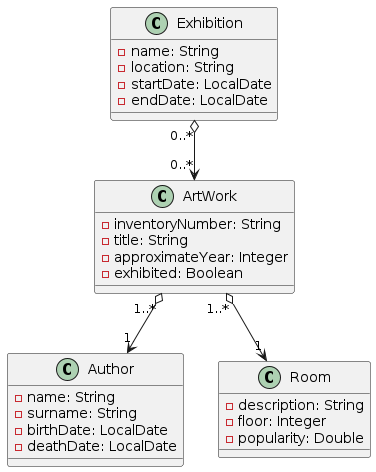
The PlantUML diagram docs/museum.models.png in wzzzzwwzw/apaw-practice, before a commit.
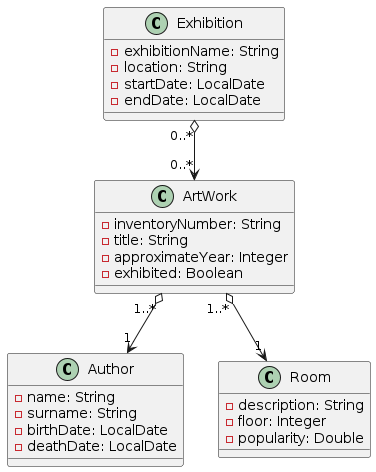
Above is the later version.

Commit message:
Updates Museum class diagram #458

Diff of the diagram source:
```diff
@@ -21,7 +21,7 @@
 }
 
 class Exhibition {
-    - name: String
+    - exhibitionName: String
     - location: String
     - startDate: LocalDate
     - endDate: LocalDate
```
